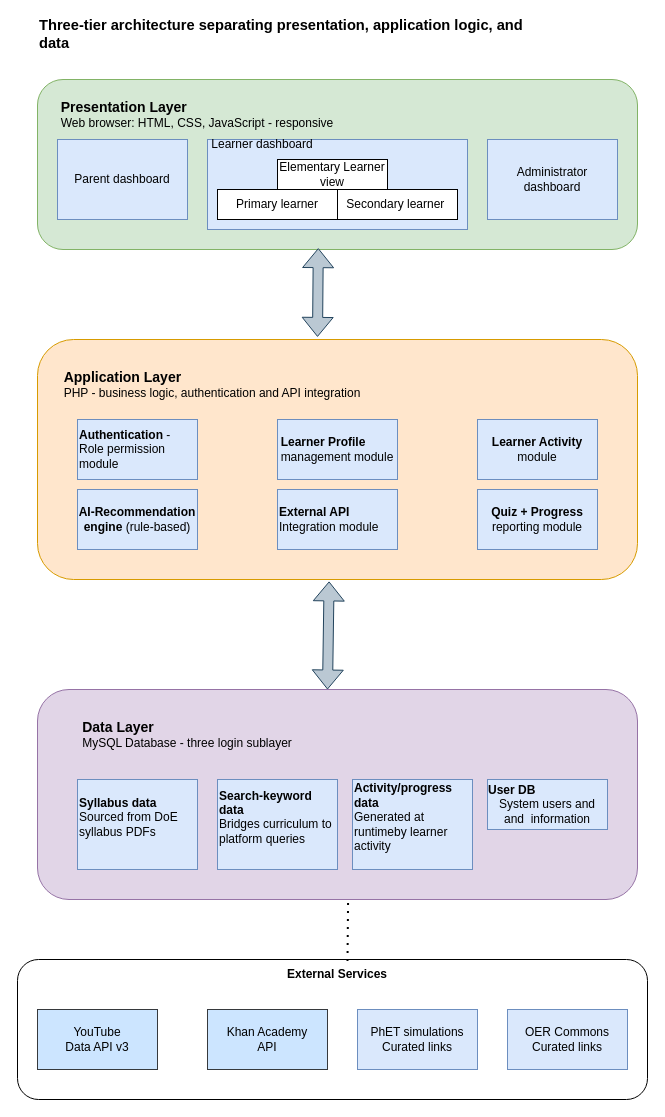
Above: page "System Architectural Drawing" (2 of 6) of Use Case Diagram.drawio in Nash230/IS406-Final-Year-Major-Project (draw.io), before the change. Source tidied: cells renumbered, new cells numbered last; positions are measured from the earlier drawing's top-left corner, leaving out a move shared by most shapes. Both pictures are drawn from the tidied source at 100%, with x=0, y=0 at pixel (17, 19).
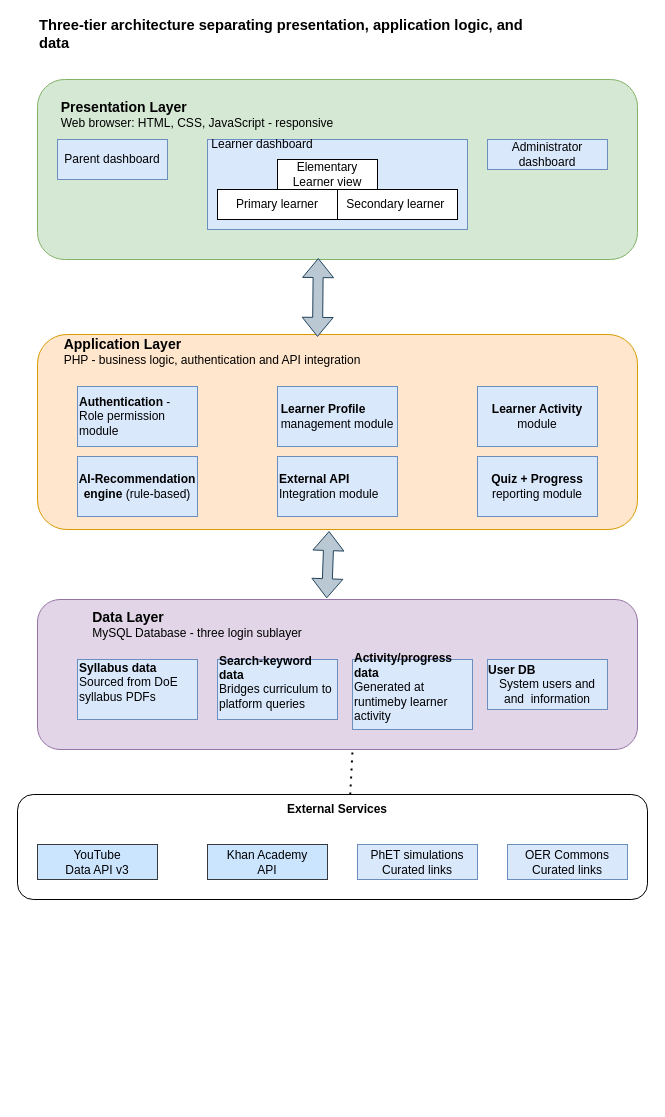
After the change.

Diff of the diagram source:
```diff
@@
     <mxCell id="2" style="rounded=1;whiteSpace=wrap;html=1;" parent="1" vertex="1">
-      <mxGeometry y="940" width="630" height="140" as="geometry" />
+      <mxGeometry y="775" width="630" height="105" as="geometry" />
     </mxCell>
     <mxCell id="3" style="rounded=1;whiteSpace=wrap;html=1;fillColor=#d5e8d4;strokeColor=#82b366;" parent="1" vertex="1">
-      <mxGeometry x="20" y="60" width="600" height="170" as="geometry" />
+      <mxGeometry x="20" y="60" width="600" height="180" as="geometry" />
     </mxCell>
@@
     <mxCell id="5" style="rounded=1;whiteSpace=wrap;html=1;fillColor=#ffe6cc;strokeColor=#d79b00;" parent="1" vertex="1">
-      <mxGeometry x="20" y="320" width="600" height="240" as="geometry" />
+      <mxGeometry x="20" y="315" width="600" height="195" as="geometry" />
     </mxCell>
     <mxCell id="6" style="rounded=1;whiteSpace=wrap;html=1;fillColor=#e1d5e7;strokeColor=#9673a6;" parent="1" vertex="1">
-      <mxGeometry x="20" y="670" width="600" height="210" as="geometry" />
+      <mxGeometry x="20" y="580" width="600" height="150" as="geometry" />
     </mxCell>
     <mxCell id="7" value="Parent dashboard" style="rounded=0;whiteSpace=wrap;html=1;fillColor=#dae8fc;strokeColor=#6c8ebf;" parent="1" vertex="1">
-      <mxGeometry x="40" y="120" width="130" height="80" as="geometry" />
+      <mxGeometry x="40" y="120" width="110" height="40" as="geometry" />
     </mxCell>
     <mxCell id="8" value="Elementary Learner view" style="rounded=0;whiteSpace=wrap;html=1;" parent="1" vertex="1">
-      <mxGeometry x="260" y="140" width="110" height="30" as="geometry" />
+      <mxGeometry x="260" y="140" width="100" height="30" as="geometry" />
     </mxCell>
@@
     <mxCell id="10" value="Administrator dashboard" style="rounded=0;whiteSpace=wrap;html=1;fillColor=#dae8fc;strokeColor=#6c8ebf;" parent="1" vertex="1">
-      <mxGeometry x="470" y="120" width="130" height="80" as="geometry" />
+      <mxGeometry x="470" y="120" width="120" height="30" as="geometry" />
     </mxCell>
@@
     <mxCell id="14" value="&lt;div align=&quot;left&quot;&gt;&lt;b&gt;&lt;font style=&quot;font-size: 14px;&quot;&gt;Application Layer&amp;nbsp;&lt;/font&gt;&lt;/b&gt;&amp;nbsp;&lt;/div&gt;&lt;div&gt;PHP - business logic, authentication and API integration&lt;/div&gt;" style="text;html=1;whiteSpace=wrap;strokeColor=none;fillColor=none;align=center;verticalAlign=middle;rounded=0;" parent="1" vertex="1">
-      <mxGeometry x="40" y="350" width="310" height="30" as="geometry" />
+      <mxGeometry x="40" y="317" width="310" height="30" as="geometry" />
     </mxCell>
     <mxCell id="15" value="&lt;div align=&quot;left&quot;&gt;&lt;font style=&quot;font-size: 14px;&quot;&gt;&lt;b&gt;Data Layer&lt;/b&gt;&lt;/font&gt;&lt;/div&gt;&lt;div&gt;MySQL Database - three login sublayer&lt;/div&gt;" style="text;html=1;whiteSpace=wrap;strokeColor=none;fillColor=none;align=center;verticalAlign=middle;rounded=0;" parent="1" vertex="1">
-      <mxGeometry x="40" y="700" width="260" height="30" as="geometry" />
+      <mxGeometry x="50" y="590" width="260" height="30" as="geometry" />
     </mxCell>
     <mxCell id="16" value="&lt;div align=&quot;left&quot;&gt;&lt;b&gt;External API &lt;/b&gt;Integration module&lt;/div&gt;" style="rounded=0;whiteSpace=wrap;html=1;align=left;fillColor=#dae8fc;strokeColor=#6c8ebf;" parent="1" vertex="1">
-      <mxGeometry x="260" y="470" width="120" height="60" as="geometry" />
+      <mxGeometry x="260" y="437" width="120" height="60" as="geometry" />
     </mxCell>
     <mxCell id="17" value="&lt;div&gt;&lt;b&gt;Learner Activity&lt;/b&gt;&lt;/div&gt;&lt;div&gt;module&lt;/div&gt;" style="rounded=0;whiteSpace=wrap;html=1;fillColor=#dae8fc;strokeColor=#6c8ebf;" parent="1" vertex="1">
-      <mxGeometry x="460" y="400" width="120" height="60" as="geometry" />
+      <mxGeometry x="460" y="367" width="120" height="60" as="geometry" />
     </mxCell>
     <mxCell id="18" value="&lt;div align=&quot;left&quot;&gt;&lt;b&gt;Learner Profile&lt;/b&gt;&lt;/div&gt;&lt;div align=&quot;left&quot;&gt;management module&lt;/div&gt;" style="rounded=0;whiteSpace=wrap;html=1;fillColor=#dae8fc;strokeColor=#6c8ebf;" parent="1" vertex="1">
-      <mxGeometry x="260" y="400" width="120" height="60" as="geometry" />
+      <mxGeometry x="260" y="367" width="120" height="60" as="geometry" />
     </mxCell>
     <mxCell id="19" value="&lt;div align=&quot;left&quot;&gt;&lt;b&gt;Quiz + Progress&lt;/b&gt;&lt;/div&gt;&lt;div&gt;reporting module&lt;/div&gt;" style="rounded=0;whiteSpace=wrap;html=1;fillColor=#dae8fc;strokeColor=#6c8ebf;" parent="1" vertex="1">
-      <mxGeometry x="460" y="470" width="120" height="60" as="geometry" />
+      <mxGeometry x="460" y="437" width="120" height="60" as="geometry" />
     </mxCell>
     <mxCell id="20" value="&lt;div align=&quot;left&quot;&gt;&lt;b&gt;Authentication&lt;/b&gt; -&lt;/div&gt;&lt;div align=&quot;left&quot;&gt;Role permission module&lt;/div&gt;" style="rounded=0;whiteSpace=wrap;html=1;align=left;fillColor=#dae8fc;strokeColor=#6c8ebf;" parent="1" vertex="1">
-      <mxGeometry x="60" y="400" width="120" height="60" as="geometry" />
+      <mxGeometry x="60" y="367" width="120" height="60" as="geometry" />
     </mxCell>
     <mxCell id="21" value="&lt;div&gt;&lt;b&gt;AI-Recommendation&lt;/b&gt;&lt;/div&gt;&lt;div&gt;&lt;b&gt;engine &lt;/b&gt;(rule-based)&lt;/div&gt;" style="rounded=0;whiteSpace=wrap;html=1;fillColor=#dae8fc;strokeColor=#6c8ebf;" parent="1" vertex="1">
-      <mxGeometry x="60" y="470" width="120" height="60" as="geometry" />
+      <mxGeometry x="60" y="437" width="120" height="60" as="geometry" />
     </mxCell>
     <mxCell id="22" value="&lt;div align=&quot;left&quot;&gt;&lt;b&gt;User DB&lt;/b&gt;&lt;/div&gt;&lt;div&gt;System users and and&amp;nbsp; information&lt;/div&gt;" style="rounded=0;whiteSpace=wrap;html=1;fillColor=#dae8fc;strokeColor=#6c8ebf;" parent="1" vertex="1">
-      <mxGeometry x="470" y="760" width="120" height="50" as="geometry" />
+      <mxGeometry x="470" y="640" width="120" height="50" as="geometry" />
     </mxCell>
     <mxCell id="23" value="&lt;div align=&quot;left&quot;&gt;&lt;b&gt;Activity/progress data&lt;/b&gt;&lt;/div&gt;&lt;div align=&quot;left&quot;&gt;Generated at runtimeby learner activity&lt;/div&gt;&lt;div&gt;&lt;br/&gt;&lt;/div&gt;" style="rounded=0;whiteSpace=wrap;html=1;align=left;fillColor=#dae8fc;strokeColor=#6c8ebf;" parent="1" vertex="1">
-      <mxGeometry x="335" y="760" width="120" height="90" as="geometry" />
+      <mxGeometry x="335" y="640" width="120" height="70" as="geometry" />
     </mxCell>
     <mxCell id="24" value="&lt;div align=&quot;left&quot;&gt;&lt;b&gt;Search-keyword data&lt;/b&gt;&lt;/div&gt;&lt;div align=&quot;left&quot;&gt;Bridges curriculum to platform queries&lt;/div&gt;&lt;div&gt;&lt;br/&gt;&lt;/div&gt;" style="rounded=0;whiteSpace=wrap;html=1;align=left;fillColor=#dae8fc;strokeColor=#6c8ebf;" parent="1" vertex="1">
-      <mxGeometry x="200" y="760" width="120" height="90" as="geometry" />
+      <mxGeometry x="200" y="640" width="120" height="60" as="geometry" />
     </mxCell>
     <mxCell id="25" value="&lt;div align=&quot;left&quot;&gt;&lt;b&gt;Syllabus data&lt;/b&gt;&lt;/div&gt;&lt;div align=&quot;left&quot;&gt;Sourced from DoE syllabus PDFs&lt;/div&gt;&lt;div&gt;&lt;br/&gt;&lt;/div&gt;" style="rounded=0;whiteSpace=wrap;html=1;align=left;fillColor=#dae8fc;strokeColor=#6c8ebf;" parent="1" vertex="1">
-      <mxGeometry x="60" y="760" width="120" height="90" as="geometry" />
+      <mxGeometry x="60" y="640" width="120" height="60" as="geometry" />
     </mxCell>
@@
-    <mxCell id="27" style="shape=flexArrow;endArrow=classic;startArrow=classic;html=1;rounded=0;entryX=0.486;entryY=1.008;entryDx=0;entryDy=0;entryPerimeter=0;exitX=0.452;exitY=0;exitDx=0;exitDy=0;exitPerimeter=0;fillColor=#bac8d3;strokeColor=#23445d;" parent="1" edge="1" target="5">
-      <mxGeometry relative="1" as="geometry">
-        <mxPoint x="310" y="670" as="sourcePoint" />
-      </mxGeometry>
+    <mxCell id="27" style="shape=flexArrow;endArrow=classic;startArrow=classic;html=1;rounded=0;entryX=0.486;entryY=1.008;entryDx=0;entryDy=0;entryPerimeter=0;exitX=0.482;exitY=-0.008;exitDx=0;exitDy=0;exitPerimeter=0;fillColor=#bac8d3;strokeColor=#23445d;" parent="1" edge="1" source="6" target="5">
+      <mxGeometry relative="1" as="geometry" />
     </mxCell>
@@
     <mxCell id="29" value="OER Commons&lt;br/&gt;Curated links" style="rounded=0;whiteSpace=wrap;html=1;fillColor=#dae8fc;strokeColor=#6c8ebf;" parent="1" vertex="1">
-      <mxGeometry x="490" y="990" width="120" height="60" as="geometry" />
+      <mxGeometry x="490" y="825" width="120" height="35" as="geometry" />
     </mxCell>
     <mxCell id="30" value="PhET simulations&lt;br/&gt;Curated links" style="rounded=0;whiteSpace=wrap;html=1;fillColor=#dae8fc;strokeColor=#6c8ebf;" parent="1" vertex="1">
-      <mxGeometry x="340" y="990" width="120" height="60" as="geometry" />
+      <mxGeometry x="340" y="825" width="120" height="35" as="geometry" />
     </mxCell>
     <mxCell id="31" value="Khan Academy&lt;br/&gt;API" style="rounded=0;whiteSpace=wrap;html=1;fillColor=#cce5ff;strokeColor=#36393d;" parent="1" vertex="1">
-      <mxGeometry x="190" y="990" width="120" height="60" as="geometry" />
+      <mxGeometry x="190" y="825" width="120" height="35" as="geometry" />
     </mxCell>
     <mxCell id="32" value="YouTube&lt;br/&gt;Data API v3" style="rounded=0;whiteSpace=wrap;html=1;fillColor=#cce5ff;strokeColor=#36393d;" parent="1" vertex="1">
-      <mxGeometry x="20" y="990" width="120" height="60" as="geometry" />
+      <mxGeometry x="20" y="825" width="120" height="35" as="geometry" />
     </mxCell>
     <mxCell id="33" value="&lt;b&gt;External Services&lt;/b&gt;" style="text;html=1;whiteSpace=wrap;strokeColor=none;fillColor=none;align=center;verticalAlign=middle;rounded=0;" parent="1" vertex="1">
-      <mxGeometry x="260" y="940" width="120" height="30" as="geometry" />
+      <mxGeometry x="260" y="775" width="120" height="30" as="geometry" />
     </mxCell>
-    <mxCell id="34" style="endArrow=none;dashed=1;html=1;dashPattern=1 3;strokeWidth=2;rounded=0;exitX=0;exitY=0;exitDx=0;exitDy=0;entryX=0.401;entryY=0.993;entryDx=0;entryDy=0;entryPerimeter=0;" parent="1" edge="1">
-      <mxGeometry relative="1" as="geometry">
-        <mxPoint x="330" y="941.5" as="sourcePoint" />
-        <mxPoint x="330.6" y="880" as="targetPoint" />
-      </mxGeometry>
+    <mxCell id="34" style="endArrow=none;dashed=1;html=1;dashPattern=1 3;strokeWidth=2;rounded=0;exitX=0.606;exitY=0;exitDx=0;exitDy=0;entryX=0.525;entryY=1.012;entryDx=0;entryDy=0;entryPerimeter=0;exitPerimeter=0;" parent="1" edge="1" source="33" target="6">
+      <mxGeometry relative="1" as="geometry" />
     </mxCell>
```
